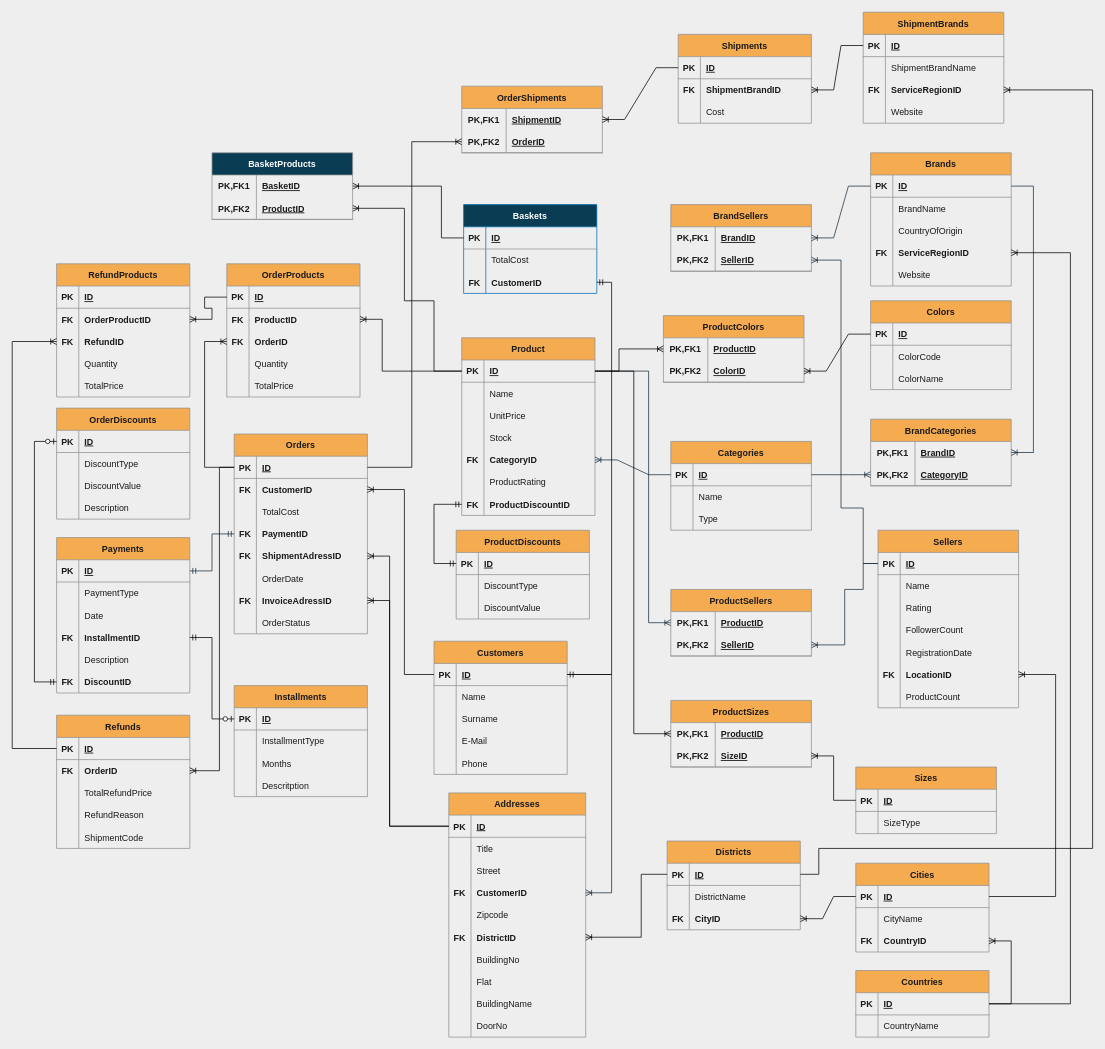
The draw.io diagram page "Page-1" (1 of 2) of Pair4_ERdiagram.drawio in GGBebe/SQL, before the edit. Source tidied: cells renumbered, new cells numbered last; positions are measured from the earlier drawing's top-left corner, leaving out a move shared by most shapes. Both pictures are drawn from the tidied source at 74%, with x=0, y=0 at pixel (12, 12).
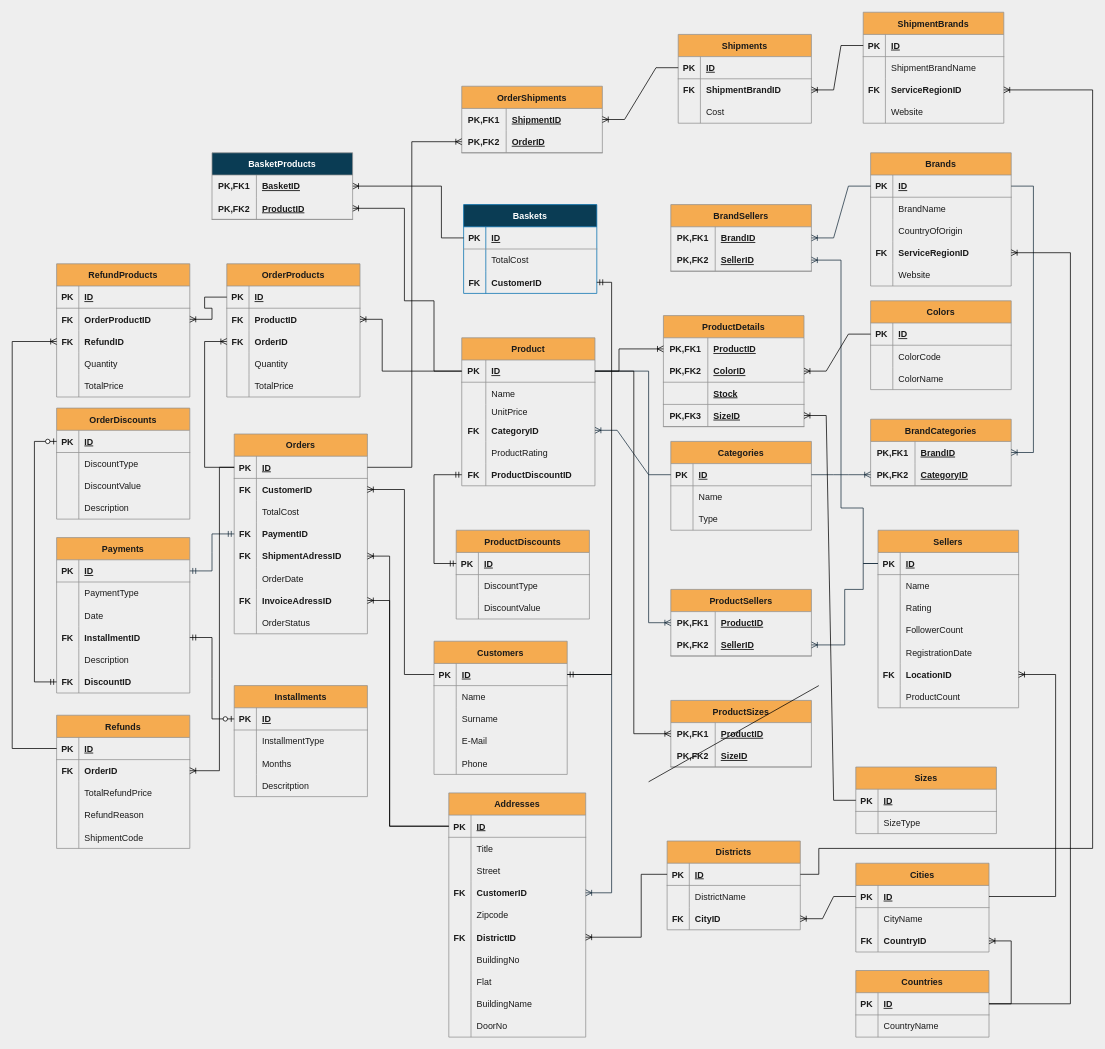
The same page after the edit.

The change refers to these unchanged cells:
```xml
<mxCell id="3" style="shape=tableRow;horizontal=0;startSize=0;swimlaneHead=0;swimlaneBody=0;fillColor=none;points=[[0,0.5],[1,0.5]];portConstraint=eastwest;top=0;left=0;right=0;bottom=1;strokeColor=#909090;fontColor=#1A1A1A;" parent="2" vertex="1">
  <mxGeometry y="30" width="180" height="30" as="geometry" />
</mxCell>
<mxCell id="6" style="shape=tableRow;horizontal=0;startSize=0;swimlaneHead=0;swimlaneBody=0;fillColor=none;top=0;left=0;right=0;bottom=0;strokeColor=#909090;fontColor=#1A1A1A;" parent="2" vertex="1">
  <mxGeometry y="60" width="180" height="30" as="geometry" />
</mxCell>
<mxCell id="268" style="shape=tableRow;horizontal=0;startSize=0;swimlaneHead=0;swimlaneBody=0;fillColor=none;points=[[0,0.5],[1,0.5]];portConstraint=eastwest;top=0;left=0;right=0;bottom=1;strokeColor=#909090;fontColor=#1A1A1A;" parent="267" vertex="1">
  <mxGeometry y="30" width="190" height="30" as="geometry" />
</mxCell>
<mxCell id="278" style="shape=tableRow;horizontal=0;startSize=0;swimlaneHead=0;swimlaneBody=0;fillColor=none;points=[[0,0.5],[1,0.5]];portConstraint=eastwest;top=0;left=0;right=0;bottom=1;strokeColor=#909090;fontColor=#1A1A1A;" parent="274" vertex="1">
  <mxGeometry y="60" width="190" height="30" as="geometry" />
</mxCell>
```

Diff of the diagram source:
```diff
@@
     <mxCell id="2" value="Product" style="shape=table;startSize=30;childLayout=tableLayout;rowLines=0;fontStyle=1;align=center;fillColor=#F5AB50;strokeColor=#909090;fontColor=#1A1A1A;" parent="1" vertex="1">
-      <mxGeometry x="607.5" y="440" width="180" height="240" as="geometry" />
+      <mxGeometry x="607.5" y="440" width="180" height="200" as="geometry" />
     </mxCell>
@@
     <mxCell id="4" value="PK" style="shape=partialRectangle;fillColor=none;top=0;left=0;bottom=0;right=0;fontStyle=1;overflow=hidden;strokeColor=#909090;fontColor=#1A1A1A;" parent="3" vertex="1">
-      <mxGeometry width="30" height="30" as="geometry" />
+      <mxGeometry width="32.5" height="30" as="geometry" />
     </mxCell>
     <mxCell id="5" value="ID" style="shape=partialRectangle;fillColor=none;top=0;left=0;bottom=0;right=0;align=left;spacingLeft=6;fontStyle=5;overflow=hidden;strokeColor=#909090;fontColor=#1A1A1A;" parent="3" vertex="1">
-      <mxGeometry x="30" width="150" height="30" as="geometry" />
+      <mxGeometry x="32.5" width="147.5" height="30" as="geometry" />
     </mxCell>
@@
     <mxCell id="7" style="shape=partialRectangle;fillColor=none;top=0;left=0;bottom=0;right=0;overflow=hidden;strokeColor=#909090;fontColor=#1A1A1A;" parent="6" vertex="1">
-      <mxGeometry width="30" height="30" as="geometry" />
+      <mxGeometry width="32.5" height="30" as="geometry" />
     </mxCell>
     <mxCell id="8" value="Name" style="shape=partialRectangle;fillColor=none;top=0;left=0;bottom=0;right=0;align=left;spacingLeft=6;overflow=hidden;strokeColor=#909090;fontColor=#1A1A1A;" parent="6" vertex="1">
-      <mxGeometry x="30" width="150" height="30" as="geometry" />
+      <mxGeometry x="32.5" width="147.5" height="30" as="geometry" />
     </mxCell>
     <mxCell id="9" style="shape=tableRow;horizontal=0;startSize=0;swimlaneHead=0;swimlaneBody=0;fillColor=none;top=0;left=0;right=0;bottom=0;strokeColor=#909090;fontColor=#1A1A1A;" parent="2" vertex="1">
-      <mxGeometry y="90" width="180" height="30" as="geometry" />
+      <mxGeometry y="90" width="180" height="20" as="geometry" />
     </mxCell>
     <mxCell id="10" style="shape=partialRectangle;fillColor=none;top=0;left=0;bottom=0;right=0;overflow=hidden;strokeColor=#909090;fontColor=#1A1A1A;" parent="9" vertex="1">
-      <mxGeometry width="30" height="30" as="geometry" />
+      <mxGeometry width="32.5" height="20" as="geometry" />
     </mxCell>
     <mxCell id="11" value="UnitPrice" style="shape=partialRectangle;fillColor=none;top=0;left=0;bottom=0;right=0;align=left;spacingLeft=6;overflow=hidden;strokeColor=#909090;fontColor=#1A1A1A;" parent="9" vertex="1">
-      <mxGeometry x="30" width="150" height="30" as="geometry" />
+      <mxGeometry x="32.5" width="147.5" height="20" as="geometry" />
     </mxCell>
-    <mxCell id="12" style="shape=tableRow;horizontal=0;startSize=0;swimlaneHead=0;swimlaneBody=0;fillColor=none;top=0;left=0;right=0;bottom=0;strokeColor=#909090;fontColor=#1A1A1A;" parent="2" vertex="1">
-      <mxGeometry y="120" width="180" height="30" as="geometry" />
-    </mxCell>
-    <mxCell id="13" style="shape=partialRectangle;fillColor=none;top=0;left=0;bottom=0;right=0;overflow=hidden;strokeColor=#909090;fontColor=#1A1A1A;" parent="12" vertex="1">
-      <mxGeometry width="30" height="30" as="geometry" />
-    </mxCell>
-    <mxCell id="14" value="Stock" style="shape=partialRectangle;fillColor=none;top=0;left=0;bottom=0;right=0;align=left;spacingLeft=6;overflow=hidden;strokeColor=#909090;fontColor=#1A1A1A;" parent="12" vertex="1">
-      <mxGeometry x="30" width="150" height="30" as="geometry" />
-    </mxCell>
     <mxCell id="15" style="shape=tableRow;horizontal=0;startSize=0;swimlaneHead=0;swimlaneBody=0;fillColor=none;points=[[0,0.5],[1,0.5]];portConstraint=eastwest;top=0;left=0;right=0;bottom=0;strokeColor=#909090;fontColor=#1A1A1A;" parent="2" vertex="1">
-      <mxGeometry y="150" width="180" height="30" as="geometry" />
+      <mxGeometry y="110" width="180" height="30" as="geometry" />
     </mxCell>
     <mxCell id="16" value="FK" style="shape=partialRectangle;fillColor=none;top=0;left=0;bottom=0;right=0;overflow=hidden;fontStyle=1;strokeColor=#909090;fontColor=#1A1A1A;" parent="15" vertex="1">
-      <mxGeometry width="30" height="30" as="geometry" />
+      <mxGeometry width="32.5" height="30" as="geometry" />
     </mxCell>
     <mxCell id="17" value="CategoryID" style="shape=partialRectangle;fillColor=none;top=0;left=0;bottom=0;right=0;align=left;spacingLeft=6;overflow=hidden;fontStyle=1;strokeColor=#909090;fontColor=#1A1A1A;" parent="15" vertex="1">
-      <mxGeometry x="30" width="150" height="30" as="geometry" />
+      <mxGeometry x="32.5" width="147.5" height="30" as="geometry" />
     </mxCell>
     <mxCell id="18" style="shape=tableRow;horizontal=0;startSize=0;swimlaneHead=0;swimlaneBody=0;fillColor=none;top=0;left=0;right=0;bottom=0;strokeColor=#909090;fontColor=#1A1A1A;" parent="2" vertex="1">
-      <mxGeometry y="180" width="180" height="30" as="geometry" />
+      <mxGeometry y="140" width="180" height="30" as="geometry" />
     </mxCell>
     <mxCell id="19" style="shape=partialRectangle;fillColor=none;top=0;left=0;bottom=0;right=0;overflow=hidden;strokeColor=#909090;fontColor=#1A1A1A;" parent="18" vertex="1">
-      <mxGeometry width="30" height="30" as="geometry" />
+      <mxGeometry width="32.5" height="30" as="geometry" />
     </mxCell>
     <mxCell id="20" value="ProductRating" style="shape=partialRectangle;fillColor=none;top=0;left=0;bottom=0;right=0;align=left;spacingLeft=6;overflow=hidden;strokeColor=#909090;fontColor=#1A1A1A;" parent="18" vertex="1">
-      <mxGeometry x="30" width="150" height="30" as="geometry" />
+      <mxGeometry x="32.5" width="147.5" height="30" as="geometry" />
     </mxCell>
     <mxCell id="21" style="shape=tableRow;horizontal=0;startSize=0;swimlaneHead=0;swimlaneBody=0;fillColor=none;points=[[0,0.5],[1,0.5]];portConstraint=eastwest;top=0;left=0;right=0;bottom=0;strokeColor=#909090;fontColor=#1A1A1A;" parent="2" vertex="1">
-      <mxGeometry y="210" width="180" height="30" as="geometry" />
+      <mxGeometry y="170" width="180" height="30" as="geometry" />
     </mxCell>
     <mxCell id="22" value="FK" style="shape=partialRectangle;fillColor=none;top=0;left=0;bottom=0;right=0;overflow=hidden;strokeColor=#909090;fontColor=#1A1A1A;fontStyle=1;" parent="21" vertex="1">
-      <mxGeometry width="30" height="30" as="geometry" />
+      <mxGeometry width="32.5" height="30" as="geometry" />
     </mxCell>
     <mxCell id="23" value="ProductDiscountID" style="shape=partialRectangle;fillColor=none;top=0;left=0;bottom=0;right=0;align=left;spacingLeft=6;overflow=hidden;strokeColor=#909090;fontColor=#1A1A1A;fontStyle=1;" parent="21" vertex="1">
-      <mxGeometry x="30" width="150" height="30" as="geometry" />
+      <mxGeometry x="32.5" width="147.5" height="30" as="geometry" />
     </mxCell>
@@
-    <mxCell id="258" value="ProductColors" style="shape=table;startSize=30;childLayout=tableLayout;rowLines=0;fontStyle=1;align=center;fillColor=#F5AB50;strokeColor=#909090;fontColor=#1A1A1A;" parent="1" vertex="1">
-      <mxGeometry x="880" y="410" width="190" height="90" as="geometry" />
+    <mxCell id="258" value="ProductDetails" style="shape=table;startSize=30;childLayout=tableLayout;rowLines=0;fontStyle=1;align=center;fillColor=#F5AB50;strokeColor=#909090;fontColor=#1A1A1A;" parent="1" vertex="1">
+      <mxGeometry x="880" y="410" width="190" height="150" as="geometry" />
     </mxCell>
@@
+    <mxCell id="409" style="shape=tableRow;horizontal=0;startSize=0;swimlaneHead=0;swimlaneBody=0;fillColor=none;top=0;left=0;right=0;bottom=1;strokeColor=#909090;fontColor=#1A1A1A;" parent="258" vertex="1">
+      <mxGeometry y="90" width="190" height="30" as="geometry" />
+    </mxCell>
+    <mxCell id="410" style="shape=partialRectangle;fillColor=none;top=0;left=0;bottom=0;right=0;fontStyle=1;overflow=hidden;strokeColor=#909090;fontColor=#1A1A1A;" parent="409" vertex="1">
+      <mxGeometry width="60" height="30" as="geometry" />
+    </mxCell>
+    <mxCell id="14" value="Stock" style="shape=partialRectangle;fillColor=none;top=0;left=0;bottom=0;right=0;align=left;spacingLeft=6;fontStyle=5;overflow=hidden;strokeColor=#909090;fontColor=#1A1A1A;" parent="409" vertex="1">
+      <mxGeometry x="60" width="130" height="30" as="geometry" />
+    </mxCell>
+    <mxCell id="411" style="shape=tableRow;horizontal=0;startSize=0;swimlaneHead=0;swimlaneBody=0;fillColor=none;points=[[0,0.5],[1,0.5]];portConstraint=eastwest;top=0;left=0;right=0;bottom=1;strokeColor=#909090;fontColor=#1A1A1A;" parent="258" vertex="1">
+      <mxGeometry y="120" width="190" height="30" as="geometry" />
+    </mxCell>
+    <mxCell id="412" value="PK,FK3" style="shape=partialRectangle;fillColor=none;top=0;left=0;bottom=0;right=0;fontStyle=1;overflow=hidden;strokeColor=#909090;fontColor=#1A1A1A;" parent="411" vertex="1">
+      <mxGeometry width="60" height="30" as="geometry" />
+    </mxCell>
+    <mxCell id="413" value="SizeID" style="shape=partialRectangle;fillColor=none;top=0;left=0;bottom=0;right=0;align=left;spacingLeft=6;fontStyle=5;overflow=hidden;strokeColor=#909090;fontColor=#1A1A1A;" parent="411" vertex="1">
+      <mxGeometry x="60" width="130" height="30" as="geometry" />
+    </mxCell>
@@
-    <mxCell id="282" style="edgeStyle=entityRelationEdgeStyle;fontSize=12;html=1;endArrow=ERoneToMany;rounded=0;entryX=1;entryY=0.5;entryDx=0;entryDy=0;exitX=0;exitY=0.5;exitDx=0;exitDy=0;" parent="1" edge="1" source="268" target="278">
+    <mxCell id="282" style="edgeStyle=entityRelationEdgeStyle;fontSize=12;html=1;endArrow=ERoneToMany;rounded=0;entryX=1;entryY=0.5;entryDx=0;entryDy=0;exitX=0;exitY=0.5;exitDx=0;exitDy=0;" parent="1" edge="1" source="268" target="411">
       <mxGeometry relative="1" as="geometry" />
     </mxCell>
@@
+    <mxCell id="414" style="endArrow=none;html=1;rounded=0;" parent="1" edge="1">
+      <mxGeometry relative="1" as="geometry">
+        <mxPoint x="860" y="1040" as="sourcePoint" />
+        <mxPoint x="1090" y="910" as="targetPoint" />
+      </mxGeometry>
+    </mxCell>
```
